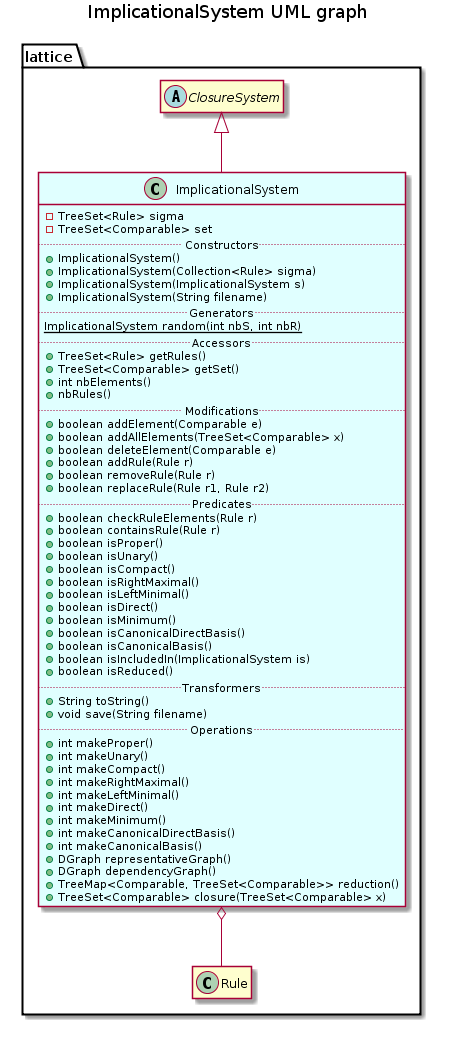
This is api/lattice/ImplicationalSystem.png from EstrellaRL/java-lattices, a PlantUML export, as it was before one commit.
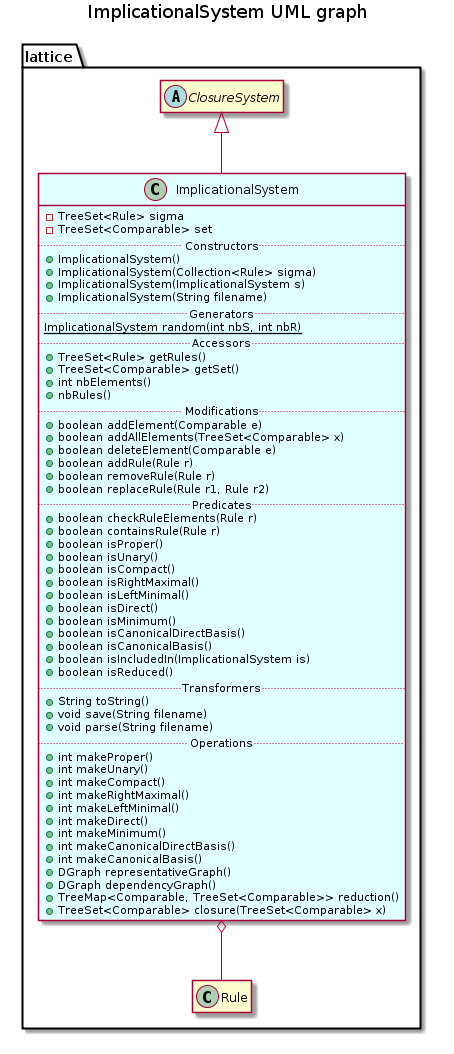
Above is the later version.

The edit, as a diff of the source:
```diff
@@ -39,6 +39,7 @@
         .. Transformers ..
         +String toString()
         +void save(String filename)
+        +void parse(String filename)
         .. Operations ..
         +int makeProper()
         +int makeUnary()
```
